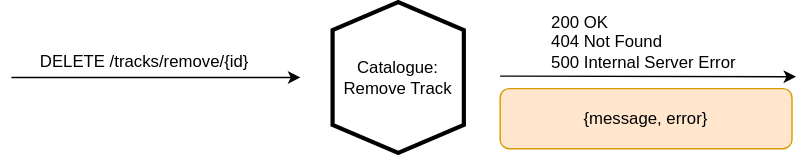
This is design/catalogue-remove-track.drawio.svg from milesmfe/Shamzam, a draw.io export, as it was before one commit. Source tidied: cells renumbered, new cells last; positions are measured from the earlier drawing's top-left corner, leaving out a move shared by most shapes.
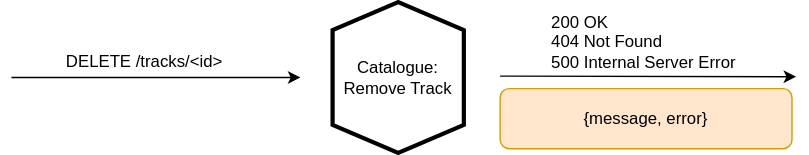
The same diagram one commit later.

Commit message:
Update remove_track endpoint diagram

The edit, as a diff of the source:
```diff
@@ -17,8 +17,8 @@
         <mxPoint x="562" y="52.4" as="targetPoint" />
       </mxGeometry>
     </mxCell>
-    <mxCell id="5" value="DELETE /tracks/remove/{id}" style="text;html=1;align=center;verticalAlign=middle;strokeColor=none;fillColor=none;" parent="1" vertex="1">
-      <mxGeometry x="11" y="29" width="167" height="26" as="geometry" />
+    <mxCell id="5" value="DELETE /tracks/&amp;lt;id&amp;gt;" style="text;html=1;align=center;verticalAlign=middle;strokeColor=none;fillColor=none;" parent="1" vertex="1">
+      <mxGeometry x="30" y="29" width="130" height="26" as="geometry" />
     </mxCell>
     <mxCell id="6" value="200 OK&lt;div&gt;404 Not Found&lt;br&gt;&lt;div&gt;&lt;span style=&quot;background-color: transparent; color: light-dark(rgb(0, 0, 0), rgb(255, 255, 255));&quot;&gt;500 Internal Server Error&lt;/span&gt;&lt;/div&gt;&lt;/div&gt;" style="text;html=1;align=left;verticalAlign=middle;strokeColor=none;fillColor=none;" parent="1" vertex="1">
       <mxGeometry x="385" width="150" height="55" as="geometry" />
```
